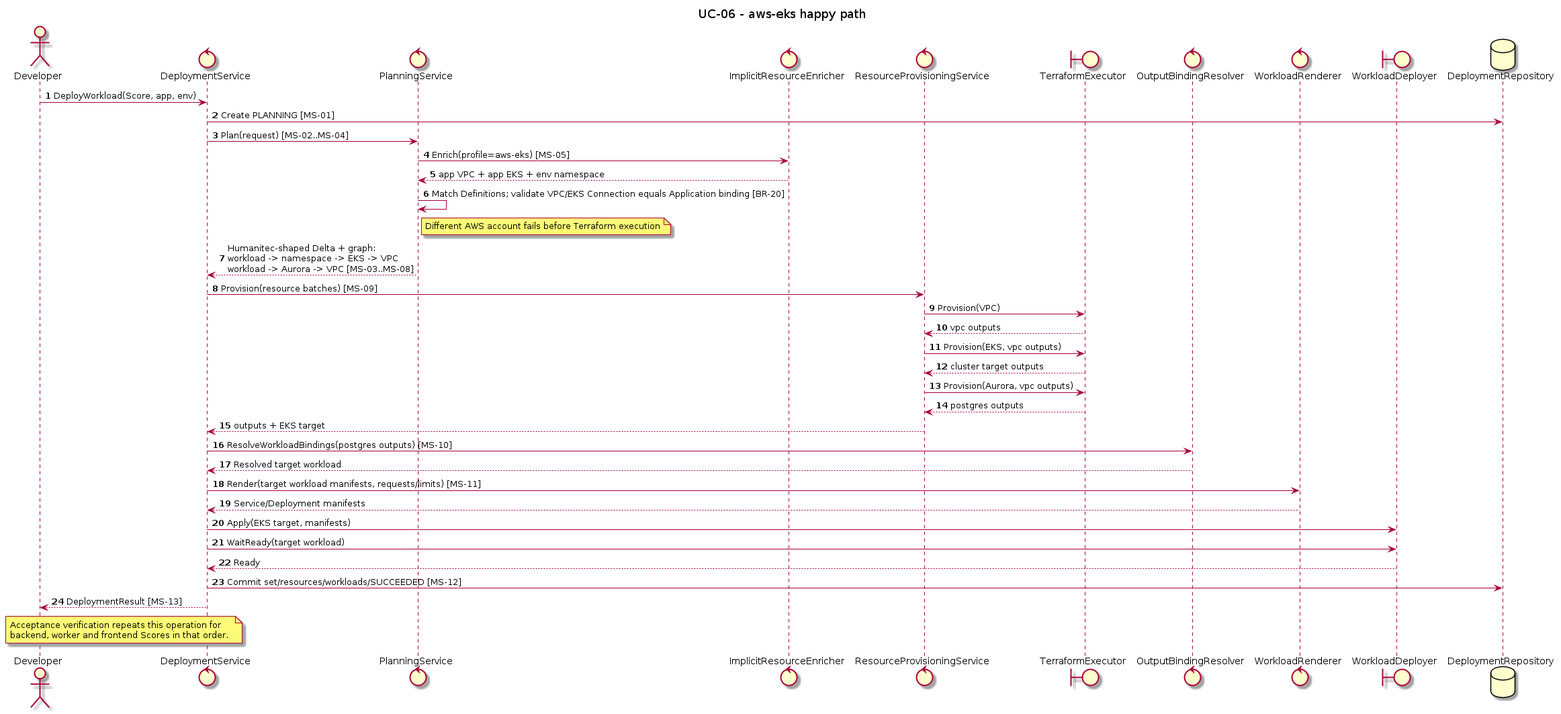
Before: orchestrator_docs/usecase/UC-06/sequence-cloud.png, a diagram exported from PlantUML (pr3s3nt/poc). Its source is kept beside it as orchestrator_docs/usecase/UC-06/sequence-cloud.puml. Source of this version:
```plantuml
@startuml
title UC-06 - aws-eks happy path
autonumber
actor Developer
control DeploymentService as Service
control PlanningService as Planner
control ImplicitResourceEnricher as Enricher
control ResourceProvisioningService as Provisioner
boundary TerraformExecutor as Terraform
control OutputBindingResolver as Resolver
control WorkloadRenderer as Renderer
boundary WorkloadDeployer as K8s
database DeploymentRepository as Repo

Developer -> Service: DeployWorkload(Score, app, env)
Service -> Repo: Create PLANNING [MS-01]
Service -> Planner: Plan(request) [MS-02..MS-04]
Planner -> Enricher: Enrich(profile=aws-eks) [MS-05]
Enricher --> Planner: app VPC + app EKS + env namespace
Planner -> Planner: Match Definitions; validate VPC/EKS Connection equals Application binding [BR-20]
note right of Planner: Different AWS account fails before Terraform execution
Planner --> Service: Humanitec-shaped Delta + graph:\nworkload -> namespace -> EKS -> VPC\nworkload -> Aurora -> VPC [MS-03..MS-08]
Service -> Provisioner: Provision(resource batches) [MS-09]
Provisioner -> Terraform: Provision(VPC)
Terraform --> Provisioner: vpc outputs
Provisioner -> Terraform: Provision(EKS, vpc outputs)
Terraform --> Provisioner: cluster target outputs
Provisioner -> Terraform: Provision(Aurora, vpc outputs)
Terraform --> Provisioner: postgres outputs
Provisioner --> Service: outputs + EKS target
Service -> Resolver: ResolveWorkloadBindings(postgres outputs) [MS-10]
Resolver --> Service: Resolved target workload
Service -> Renderer: Render(target workload manifests, requests/limits) [MS-11]
Renderer --> Service: Service/Deployment manifests
Service -> K8s: Apply(EKS target, manifests)
Service -> K8s: WaitReady(target workload)
K8s --> Service: Ready
Service -> Repo: Commit set/resources/workloads/SUCCEEDED [MS-12]
Service --> Developer: DeploymentResult [MS-13]
note over Developer, Service
Acceptance verification repeats this operation for
backend, worker and frontend Scores in that order.
end note
@enduml
```
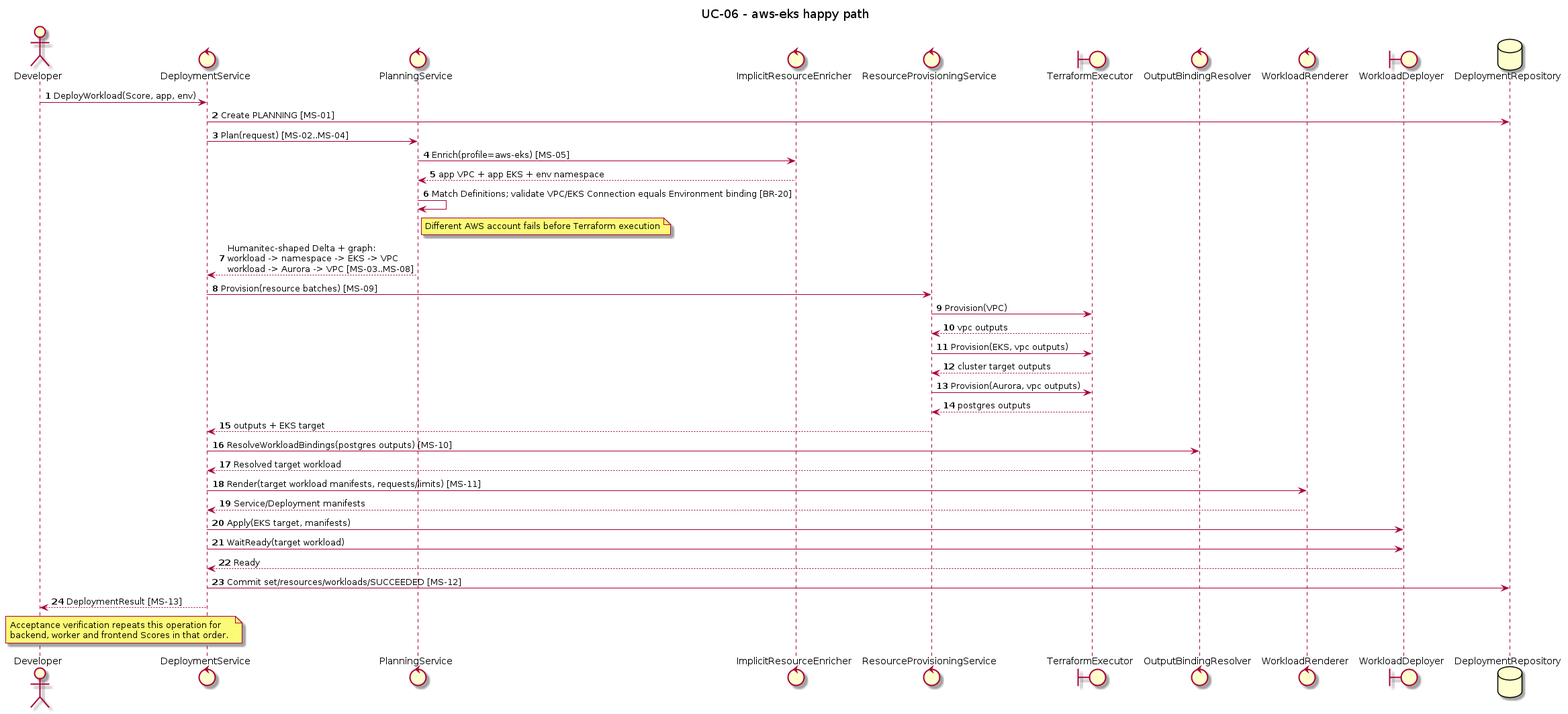
Later version of the same file.

The edit, as a diff of the source:
```diff
@@ -17,7 +17,7 @@
 Service -> Planner: Plan(request) [MS-02..MS-04]
 Planner -> Enricher: Enrich(profile=aws-eks) [MS-05]
 Enricher --> Planner: app VPC + app EKS + env namespace
-Planner -> Planner: Match Definitions; validate VPC/EKS Connection equals Application binding [BR-20]
+Planner -> Planner: Match Definitions; validate VPC/EKS Connection equals Environment binding [BR-20]
 note right of Planner: Different AWS account fails before Terraform execution
 Planner --> Service: Humanitec-shaped Delta + graph:\nworkload -> namespace -> EKS -> VPC\nworkload -> Aurora -> VPC [MS-03..MS-08]
 Service -> Provisioner: Provision(resource batches) [MS-09]
```
